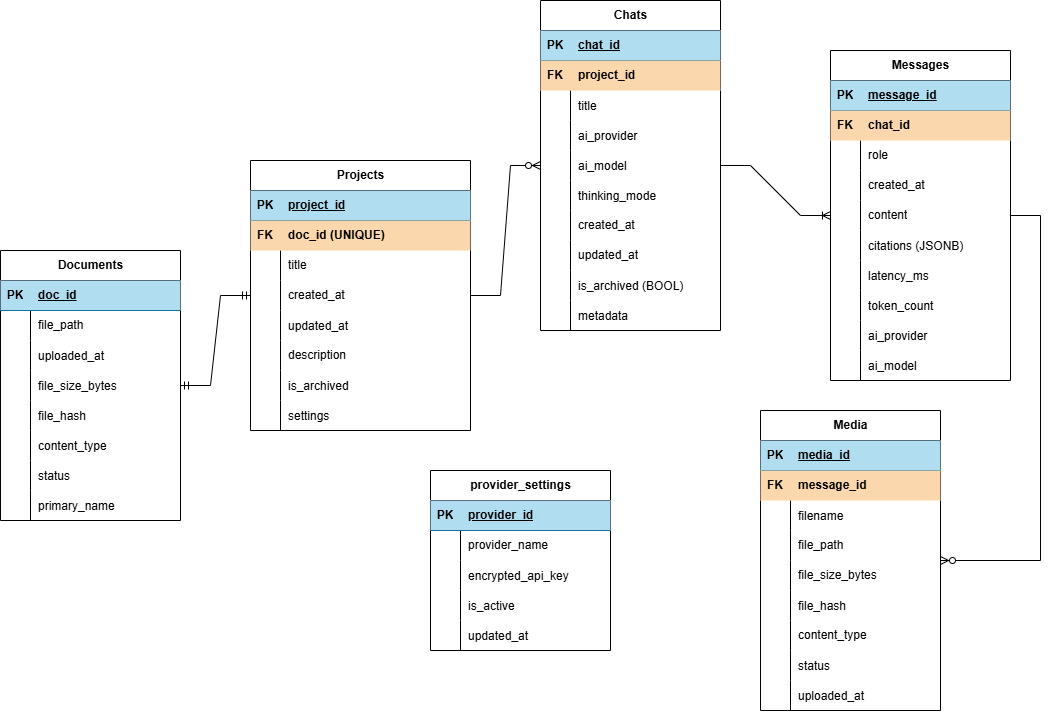
The draw.io diagram docs/cognidocent_db.png in AbduAlrimali/CogniDocent, before a commit. Source tidied: cells renumbered, new cells last; positions are measured from the earlier drawing's top-left corner, leaving out a move shared by most shapes.
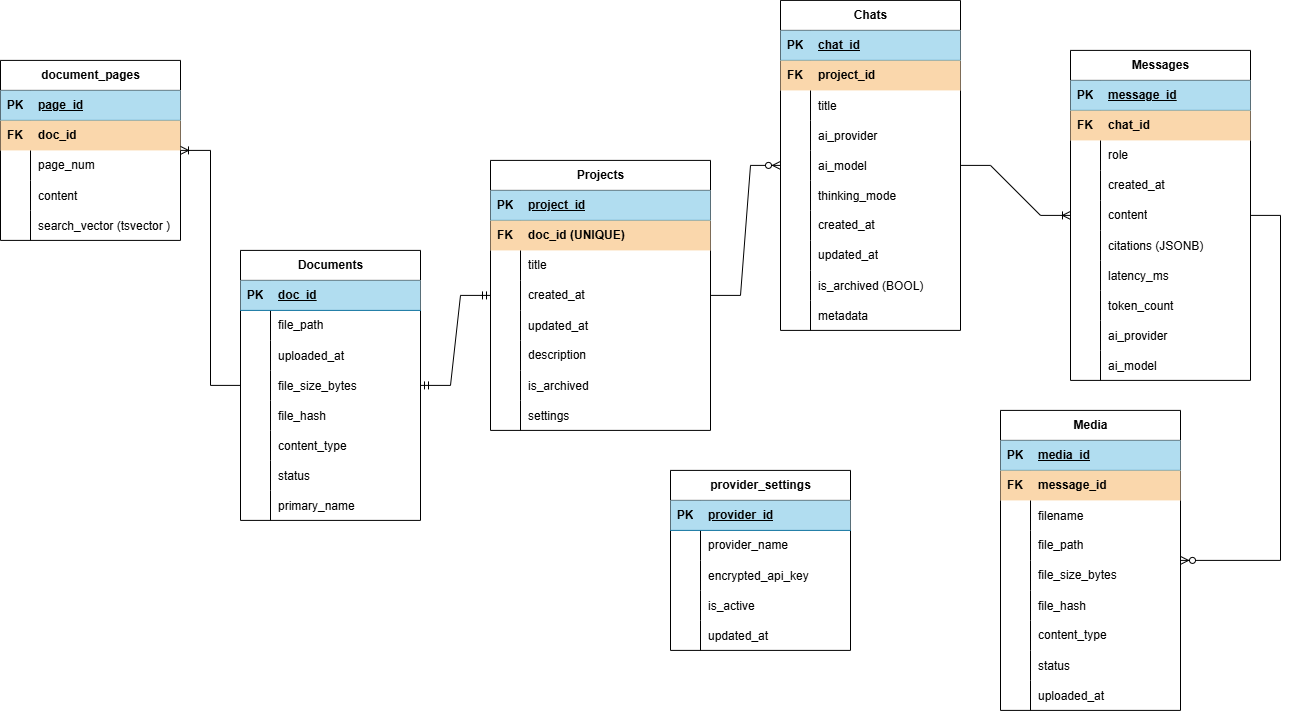
Above is the later version.

Change to the diagram source:
```diff
@@ -482,5 +482,56 @@
     <mxCell id="161" value="updated_at " style="shape=partialRectangle;fillColor=none;top=0;left=0;bottom=0;right=0;align=left;spacingLeft=6;overflow=hidden;" parent="159" vertex="1">
       <mxGeometry x="30" width="150" height="30" as="geometry" />
     </mxCell>
+    <mxCell id="162" value="document_pages " style="shape=table;startSize=30;rowLines=0;fontStyle=1;align=center;html=1;" parent="1" vertex="1">
+      <mxGeometry x="-240" y="60" width="180" height="180" as="geometry" />
+    </mxCell>
+    <mxCell id="163" style="shape=tableRow;horizontal=0;startSize=0;swimlaneHead=0;swimlaneBody=0;fillColor=#b1ddf0;top=0;left=0;right=0;bottom=1;strokeColor=#10739e;" parent="162" vertex="1">
+      <mxGeometry y="30" width="180" height="30" as="geometry" />
+    </mxCell>
+    <mxCell id="164" value="PK" style="shape=partialRectangle;fillColor=none;top=0;left=0;bottom=0;right=0;fontStyle=1;overflow=hidden;whiteSpace=wrap;html=1;" parent="163" vertex="1">
+      <mxGeometry width="30" height="30" as="geometry" />
+    </mxCell>
+    <mxCell id="165" value="page_id" style="shape=partialRectangle;fillColor=none;top=0;left=0;bottom=0;right=0;align=left;spacingLeft=6;fontStyle=5;overflow=hidden;whiteSpace=wrap;html=1;" parent="163" vertex="1">
+      <mxGeometry x="30" width="150" height="30" as="geometry" />
+    </mxCell>
+    <mxCell id="166" style="shape=tableRow;horizontal=0;startSize=0;swimlaneHead=0;swimlaneBody=0;fillColor=#fad7ac;top=0;left=0;right=0;bottom=0;strokeColor=#b46504;" parent="162" vertex="1">
+      <mxGeometry y="60" width="180" height="30" as="geometry" />
+    </mxCell>
+    <mxCell id="167" value="&lt;b&gt;FK&lt;/b&gt;" style="shape=partialRectangle;fillColor=none;top=0;left=0;bottom=0;right=0;fontStyle=0;overflow=hidden;whiteSpace=wrap;html=1;" parent="166" vertex="1">
+      <mxGeometry width="30" height="30" as="geometry" />
+    </mxCell>
+    <mxCell id="168" value="&lt;b&gt;doc_id&lt;/b&gt;" style="shape=partialRectangle;fillColor=none;top=0;left=0;bottom=0;right=0;align=left;spacingLeft=6;fontStyle=0;overflow=hidden;whiteSpace=wrap;html=1;" parent="166" vertex="1">
+      <mxGeometry x="30" width="150" height="30" as="geometry" />
+    </mxCell>
+    <mxCell id="169" style="shape=tableRow;horizontal=0;startSize=0;swimlaneHead=0;swimlaneBody=0;fillColor=none;top=0;left=0;right=0;bottom=0;" parent="162" vertex="1">
+      <mxGeometry y="90" width="180" height="30" as="geometry" />
+    </mxCell>
+    <mxCell id="170" style="shape=partialRectangle;fillColor=none;top=0;left=0;bottom=0;right=0;overflow=hidden;whiteSpace=wrap;html=1;" parent="169" vertex="1">
+      <mxGeometry width="30" height="30" as="geometry" />
+    </mxCell>
+    <mxCell id="171" value="page_num" style="shape=partialRectangle;fillColor=none;top=0;left=0;bottom=0;right=0;align=left;spacingLeft=6;overflow=hidden;whiteSpace=wrap;html=1;" parent="169" vertex="1">
+      <mxGeometry x="30" width="150" height="30" as="geometry" />
+    </mxCell>
+    <mxCell id="172" style="shape=tableRow;horizontal=0;startSize=0;swimlaneHead=0;swimlaneBody=0;fillColor=none;top=0;left=0;right=0;bottom=0;" parent="162" vertex="1">
+      <mxGeometry y="120" width="180" height="30" as="geometry" />
+    </mxCell>
+    <mxCell id="173" style="shape=partialRectangle;fillColor=none;top=0;left=0;bottom=0;right=0;overflow=hidden;" parent="172" vertex="1">
+      <mxGeometry width="30" height="30" as="geometry" />
+    </mxCell>
+    <mxCell id="174" value="content" style="shape=partialRectangle;fillColor=none;top=0;left=0;bottom=0;right=0;align=left;spacingLeft=6;overflow=hidden;" parent="172" vertex="1">
+      <mxGeometry x="30" width="150" height="30" as="geometry" />
+    </mxCell>
+    <mxCell id="175" style="shape=tableRow;horizontal=0;startSize=0;swimlaneHead=0;swimlaneBody=0;fillColor=none;top=0;left=0;right=0;bottom=0;" parent="162" vertex="1">
+      <mxGeometry y="150" width="180" height="30" as="geometry" />
+    </mxCell>
+    <mxCell id="176" style="shape=partialRectangle;fillColor=none;top=0;left=0;bottom=0;right=0;overflow=hidden;" parent="175" vertex="1">
+      <mxGeometry width="30" height="30" as="geometry" />
+    </mxCell>
+    <mxCell id="177" value="search_vector (tsvector )" style="shape=partialRectangle;fillColor=none;top=0;left=0;bottom=0;right=0;align=left;spacingLeft=6;overflow=hidden;" parent="175" vertex="1">
+      <mxGeometry x="30" width="150" height="30" as="geometry" />
+    </mxCell>
+    <mxCell id="178" style="edgeStyle=entityRelationEdgeStyle;fontSize=12;html=1;endArrow=ERoneToMany;rounded=0;" parent="1" edge="1" source="93" target="162">
+      <mxGeometry relative="1" as="geometry" />
+    </mxCell>
   </root>
 </mxGraphModel>
```
